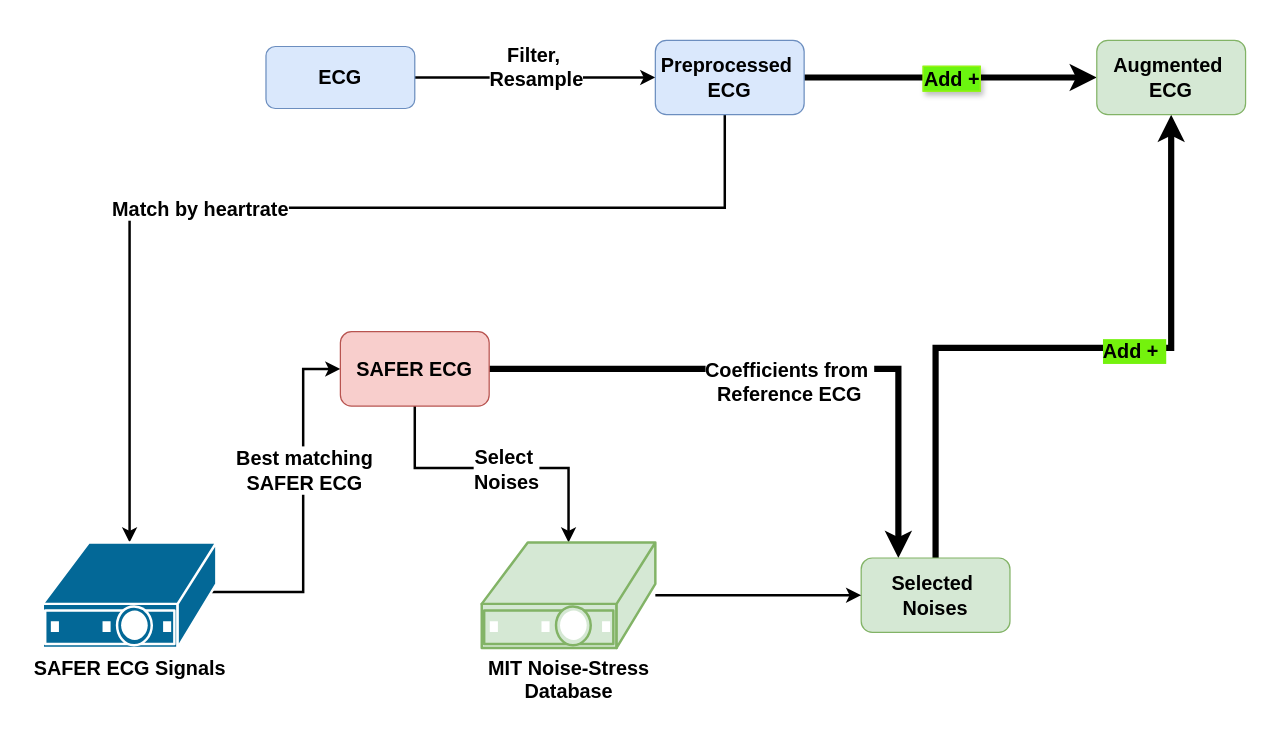
Earlier version of the draw.io diagram Untitled Diagram.drawio (kellydingzx/drawio). Source tidied: cells renumbered, new cells numbered last; positions are measured from the earlier drawing's top-left corner, leaving out a move shared by most shapes. Both pictures are drawn from the tidied source at 124%, with x=0, y=0 at pixel (42, 40).
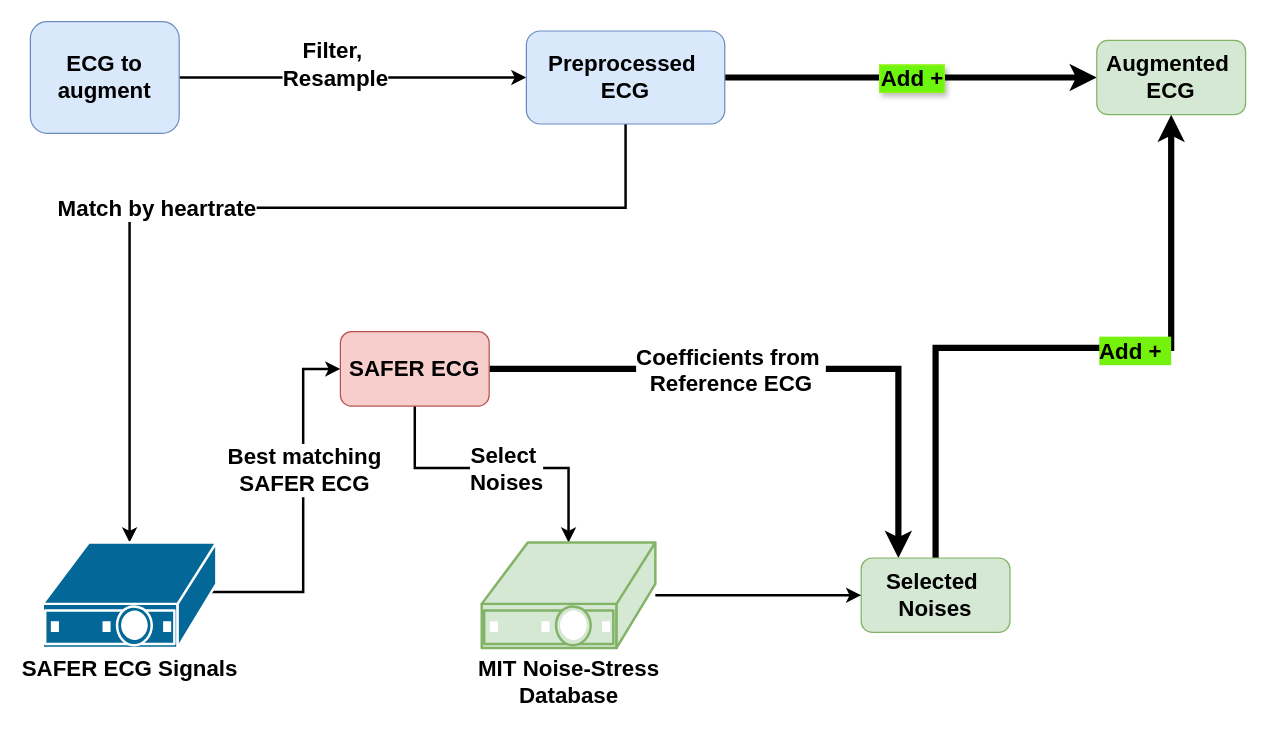
Above is the later version.

Diff of the diagram source:
```diff
@@
-    <mxCell id="2" style="edgeStyle=orthogonalEdgeStyle;rounded=0;jettySize=auto;html=1;fontSize=16;fontStyle=1;strokeWidth=2;" parent="1" edge="1" source="4" target="9">
+    <mxCell id="2" style="edgeStyle=orthogonalEdgeStyle;rounded=0;jettySize=auto;html=1;fontSize=18;fontStyle=1;strokeWidth=2;" parent="1" edge="1" source="4" target="9">
       <mxGeometry relative="1" as="geometry" />
     </mxCell>
-    <mxCell id="3" value="Filter,&amp;nbsp;&lt;div&gt;&lt;span style=&quot;background-color: light-dark(#ffffff, var(--ge-dark-color, #121212)); color: light-dark(rgb(0, 0, 0), rgb(255, 255, 255));&quot;&gt;Resample&lt;/span&gt;&lt;div&gt;&lt;div&gt;&lt;br&gt;&lt;/div&gt;&lt;/div&gt;&lt;/div&gt;" style="edgeLabel;html=1;align=center;verticalAlign=middle;fontSize=16;fontStyle=1;" parent="2" vertex="1">
+    <mxCell id="3" value="Filter,&amp;nbsp;&lt;div&gt;&lt;span style=&quot;background-color: light-dark(#ffffff, var(--ge-dark-color, #121212)); color: light-dark(rgb(0, 0, 0), rgb(255, 255, 255));&quot;&gt;Resample&lt;/span&gt;&lt;div&gt;&lt;div&gt;&lt;br&gt;&lt;/div&gt;&lt;/div&gt;&lt;/div&gt;" style="edgeLabel;html=1;align=center;verticalAlign=middle;fontSize=18;fontStyle=1;" parent="2" vertex="1">
       <mxGeometry x="-0.36" y="-2" relative="1" as="geometry">
         <mxPoint x="35" y="-2" as="offset" />
       </mxGeometry>
     </mxCell>
-    <mxCell id="4" value="ECG" style="rounded=1;whiteSpace=wrap;html=1;fontSize=16;fontStyle=1;fillColor=#dae8fc;strokeColor=#6c8ebf;" parent="1" vertex="1">
-      <mxGeometry x="180" y="5" width="120" height="50" as="geometry" />
+    <mxCell id="4" value="ECG to augment" style="rounded=1;whiteSpace=wrap;html=1;fontSize=18;fontStyle=1;fillColor=#dae8fc;strokeColor=#6c8ebf;" parent="1" vertex="1">
+      <mxGeometry x="-10" y="-15" width="120" height="90" as="geometry" />
     </mxCell>
-    <mxCell id="5" style="edgeStyle=orthogonalEdgeStyle;rounded=0;jettySize=auto;html=1;entryX=0.5;entryY=0;entryDx=0;entryDy=0;entryPerimeter=0;fontSize=16;fontStyle=1;strokeWidth=2;" parent="1" edge="1" source="9" target="12">
+    <mxCell id="5" style="edgeStyle=orthogonalEdgeStyle;rounded=0;jettySize=auto;html=1;entryX=0.5;entryY=0;entryDx=0;entryDy=0;entryPerimeter=0;fontSize=18;fontStyle=1;strokeWidth=2;exitX=0.5;exitY=1;exitDx=0;exitDy=0;" parent="1" edge="1" source="9" target="12">
       <mxGeometry relative="1" as="geometry">
         <Array as="points">
-          <mxPoint x="550" y="135" />
+          <mxPoint x="470" y="135" />
           <mxPoint x="70" y="135" />
         </Array>
       </mxGeometry>
     </mxCell>
-    <mxCell id="6" value="Match by heartrate" style="edgeLabel;html=1;align=center;verticalAlign=middle;fontSize=16;fontStyle=1;" parent="5" vertex="1">
+    <mxCell id="6" value="Match by heartrate" style="edgeLabel;html=1;align=center;verticalAlign=middle;fontSize=18;fontStyle=1;" parent="5" vertex="1">
       <mxGeometry x="0.21" relative="1" as="geometry" />
     </mxCell>
-    <mxCell id="7" style="edgeStyle=orthogonalEdgeStyle;rounded=0;jettySize=auto;html=1;entryX=0;entryY=0.5;entryDx=0;entryDy=0;fontSize=16;fontStyle=1;strokeWidth=5;" parent="1" edge="1" source="9" target="21">
-      <mxGeometry relative="1" as="geometry" />
+    <mxCell id="7" style="edgeStyle=orthogonalEdgeStyle;rounded=0;jettySize=auto;html=1;entryX=0;entryY=0.5;entryDx=0;entryDy=0;fontSize=18;fontStyle=1;strokeWidth=5;" parent="1" edge="1" source="9" target="21">
+      <mxGeometry relative="1" as="geometry">
+        <Array as="points">
+          <mxPoint x="620" y="30" />
+          <mxPoint x="620" y="30" />
+        </Array>
+      </mxGeometry>
     </mxCell>
-    <mxCell id="8" value="Add +" style="edgeLabel;align=center;verticalAlign=middle;fontSize=16;fontStyle=1;labelBorderColor=light-dark(#99f312, #ededed);textShadow=1;html=1;labelBackgroundColor=light-dark(#6bf50f, #ededed);" parent="7" vertex="1">
+    <mxCell id="8" value="Add +" style="edgeLabel;align=center;verticalAlign=middle;fontSize=18;fontStyle=1;labelBorderColor=light-dark(#99f312, #ededed);textShadow=1;html=1;labelBackgroundColor=light-dark(#6bf50f, #ededed);" parent="7" vertex="1">
       <mxGeometry relative="1" as="geometry" />
     </mxCell>
-    <mxCell id="9" value="Preprocessed&amp;nbsp;&lt;div&gt;ECG&lt;/div&gt;" style="whiteSpace=wrap;html=1;rounded=1;fontSize=16;fontStyle=1;fillColor=#dae8fc;strokeColor=#6c8ebf;" parent="1" vertex="1">
-      <mxGeometry x="494" width="120" height="60" as="geometry" />
+    <mxCell id="9" value="Preprocessed&amp;nbsp;&lt;div&gt;ECG&lt;/div&gt;" style="whiteSpace=wrap;html=1;rounded=1;fontSize=18;fontStyle=1;fillColor=#dae8fc;strokeColor=#6c8ebf;" parent="1" vertex="1">
+      <mxGeometry x="390" y="-7.5" width="160" height="75" as="geometry" />
     </mxCell>
-    <mxCell id="10" style="edgeStyle=orthogonalEdgeStyle;rounded=0;jettySize=auto;html=1;entryX=0;entryY=0.5;entryDx=0;entryDy=0;fontSize=16;fontStyle=1;exitX=0.96;exitY=0.5;exitDx=0;exitDy=0;exitPerimeter=0;strokeWidth=2;" parent="1" edge="1" source="12" target="17">
+    <mxCell id="10" style="edgeStyle=orthogonalEdgeStyle;rounded=0;jettySize=auto;html=1;entryX=0;entryY=0.5;entryDx=0;entryDy=0;fontSize=18;fontStyle=1;exitX=0.96;exitY=0.5;exitDx=0;exitDy=0;exitPerimeter=0;strokeWidth=2;" parent="1" edge="1" source="12" target="17">
       <mxGeometry relative="1" as="geometry">
         <Array as="points">
           <mxPoint x="134" y="445" />
           <mxPoint x="210" y="445" />
           <mxPoint x="210" y="265" />
         </Array>
       </mxGeometry>
     </mxCell>
-    <mxCell id="11" value="Best matching&lt;div&gt;SAFER ECG&lt;/div&gt;" style="edgeLabel;html=1;align=center;verticalAlign=middle;fontSize=16;fontStyle=1;" parent="10" vertex="1">
+    <mxCell id="11" value="Best matching&lt;div&gt;SAFER ECG&lt;/div&gt;" style="edgeLabel;html=1;align=center;verticalAlign=middle;fontSize=18;fontStyle=1;" parent="10" vertex="1">
       <mxGeometry x="-0.04" y="4" relative="1" as="geometry">
         <mxPoint x="4" y="-39" as="offset" />
       </mxGeometry>
     </mxCell>
-    <mxCell id="12" value="SAFER ECG Signals" style="sketch=0;html=1;dashed=0;fillColor=#036897;strokeColor=#ffffff;strokeWidth=2;verticalLabelPosition=bottom;verticalAlign=top;align=center;outlineConnect=0;shape=mxgraph.cisco.misc.set_top_box;fontSize=16;fontStyle=1;" parent="1" vertex="1">
+    <mxCell id="12" value="SAFER ECG Signals" style="sketch=0;html=1;dashed=0;fillColor=#036897;strokeColor=#ffffff;strokeWidth=2;verticalLabelPosition=bottom;verticalAlign=top;align=center;outlineConnect=0;shape=mxgraph.cisco.misc.set_top_box;fontSize=18;fontStyle=1;" parent="1" vertex="1">
       <mxGeometry y="405" width="140" height="85" as="geometry" />
     </mxCell>
-    <mxCell id="13" style="edgeStyle=orthogonalEdgeStyle;rounded=0;jettySize=auto;html=1;entryX=0.5;entryY=0;entryDx=0;entryDy=0;entryPerimeter=0;fontSize=16;fontStyle=1;strokeWidth=2;" parent="1" edge="1" source="17" target="23">
+    <mxCell id="13" style="edgeStyle=orthogonalEdgeStyle;rounded=0;jettySize=auto;html=1;entryX=0.5;entryY=0;entryDx=0;entryDy=0;entryPerimeter=0;fontSize=18;fontStyle=1;strokeWidth=2;" parent="1" edge="1" source="17" target="23">
       <mxGeometry relative="1" as="geometry">
         <Array as="points">
           <mxPoint x="300" y="345" />
           <mxPoint x="424" y="345" />
         </Array>
       </mxGeometry>
     </mxCell>
-    <mxCell id="14" value="Select&amp;nbsp;&lt;div&gt;Noises&lt;/div&gt;" style="edgeLabel;html=1;align=center;verticalAlign=middle;fontSize=16;fontStyle=1;" parent="13" vertex="1">
+    <mxCell id="14" value="Select&amp;nbsp;&lt;div&gt;Noises&lt;/div&gt;" style="edgeLabel;html=1;align=center;verticalAlign=middle;fontSize=18;fontStyle=1;" parent="13" vertex="1">
       <mxGeometry x="0.05" relative="1" as="geometry" />
     </mxCell>
-    <mxCell id="15" style="edgeStyle=orthogonalEdgeStyle;rounded=0;jettySize=auto;html=1;entryX=0.25;entryY=0;entryDx=0;entryDy=0;fontSize=16;fontStyle=1;strokeWidth=5;" parent="1" edge="1" source="17" target="20">
+    <mxCell id="15" style="edgeStyle=orthogonalEdgeStyle;rounded=0;jettySize=auto;html=1;entryX=0.25;entryY=0;entryDx=0;entryDy=0;fontSize=18;fontStyle=1;strokeWidth=5;" parent="1" edge="1" source="17" target="20">
       <mxGeometry relative="1" as="geometry" />
     </mxCell>
-    <mxCell id="16" value="&lt;div&gt;&lt;br&gt;&lt;/div&gt;Coefficients from&amp;nbsp;&lt;div&gt;Reference ECG&lt;/div&gt;" style="edgeLabel;html=1;align=center;verticalAlign=middle;fontSize=16;fontStyle=1;" parent="15" vertex="1">
-      <mxGeometry relative="1" as="geometry" />
+    <mxCell id="16" value="&lt;div&gt;&lt;br&gt;&lt;/div&gt;Coefficients from&amp;nbsp;&lt;div&gt;Reference ECG&lt;/div&gt;" style="edgeLabel;html=1;align=center;verticalAlign=middle;fontSize=18;fontStyle=1;" parent="15" vertex="1">
+      <mxGeometry relative="1" as="geometry">
+        <mxPoint x="-47" y="-10" as="offset" />
+      </mxGeometry>
     </mxCell>
-    <mxCell id="17" value="SAFER ECG" style="rounded=1;whiteSpace=wrap;html=1;fontSize=16;fontStyle=1;fillColor=#f8cecc;strokeColor=#b85450;" parent="1" vertex="1">
+    <mxCell id="17" value="SAFER ECG" style="rounded=1;whiteSpace=wrap;html=1;fontSize=18;fontStyle=1;fillColor=#f8cecc;strokeColor=#b85450;" parent="1" vertex="1">
       <mxGeometry x="240" y="235" width="120" height="60" as="geometry" />
     </mxCell>
-    <mxCell id="18" style="edgeStyle=orthogonalEdgeStyle;rounded=0;jettySize=auto;html=1;fontSize=16;fontStyle=1;strokeWidth=5;" parent="1" edge="1" source="20" target="21">
+    <mxCell id="18" style="edgeStyle=orthogonalEdgeStyle;rounded=0;jettySize=auto;html=1;fontSize=18;fontStyle=1;strokeWidth=5;" parent="1" edge="1" source="20" target="21">
       <mxGeometry relative="1" as="geometry">
         <Array as="points">
           <mxPoint x="910" y="248" />
         </Array>
       </mxGeometry>
     </mxCell>
-    <mxCell id="19" value="Add + " style="edgeLabel;align=center;verticalAlign=middle;fontSize=16;fontStyle=1;labelBackgroundColor=light-dark(#74f20d, #ededed);" parent="18" vertex="1">
+    <mxCell id="19" value="Add + " style="edgeLabel;align=center;verticalAlign=middle;fontSize=18;fontStyle=1;labelBackgroundColor=light-dark(#74f20d, #ededed);" parent="18" vertex="1">
       <mxGeometry x="0.2" y="-1" relative="1" as="geometry" />
     </mxCell>
-    <mxCell id="20" value="Selected&amp;nbsp;&lt;div&gt;Noises&lt;/div&gt;" style="whiteSpace=wrap;html=1;rounded=1;fontSize=16;fontStyle=1;fillColor=#d5e8d4;strokeColor=#82b366;" parent="1" vertex="1">
+    <mxCell id="20" value="Selected&amp;nbsp;&lt;div&gt;Noises&lt;/div&gt;" style="whiteSpace=wrap;html=1;rounded=1;fontSize=18;fontStyle=1;fillColor=#d5e8d4;strokeColor=#82b366;" parent="1" vertex="1">
       <mxGeometry x="660" y="417.5" width="120" height="60" as="geometry" />
     </mxCell>
-    <mxCell id="21" value="Augmented&amp;nbsp;&lt;div&gt;ECG&lt;/div&gt;" style="whiteSpace=wrap;html=1;rounded=1;fontSize=16;fontStyle=1;fillColor=#d5e8d4;strokeColor=#82b366;" parent="1" vertex="1">
+    <mxCell id="21" value="Augmented&amp;nbsp;&lt;div&gt;ECG&lt;/div&gt;" style="whiteSpace=wrap;html=1;rounded=1;fontSize=18;fontStyle=1;fillColor=#d5e8d4;strokeColor=#82b366;" parent="1" vertex="1">
       <mxGeometry x="850" width="120" height="60" as="geometry" />
     </mxCell>
-    <mxCell id="22" style="edgeStyle=orthogonalEdgeStyle;rounded=0;jettySize=auto;html=1;entryX=0;entryY=0.5;entryDx=0;entryDy=0;fontSize=16;fontStyle=1;strokeWidth=2;" parent="1" edge="1" source="23" target="20">
+    <mxCell id="22" style="edgeStyle=orthogonalEdgeStyle;rounded=0;jettySize=auto;html=1;entryX=0;entryY=0.5;entryDx=0;entryDy=0;fontSize=18;fontStyle=1;strokeWidth=2;" parent="1" edge="1" source="23" target="20">
       <mxGeometry relative="1" as="geometry" />
     </mxCell>
-    <mxCell id="23" value="MIT Noise-Stress&lt;div&gt;Database&lt;/div&gt;" style="sketch=0;html=1;dashed=0;fillColor=#d5e8d4;strokeColor=#82b366;strokeWidth=2;verticalLabelPosition=bottom;verticalAlign=top;align=center;outlineConnect=0;shape=mxgraph.cisco.misc.set_top_box;fontSize=16;fontStyle=1;" parent="1" vertex="1">
+    <mxCell id="23" value="MIT Noise-Stress&lt;div&gt;Database&lt;/div&gt;" style="sketch=0;html=1;dashed=0;fillColor=#d5e8d4;strokeColor=#82b366;strokeWidth=2;verticalLabelPosition=bottom;verticalAlign=top;align=center;outlineConnect=0;shape=mxgraph.cisco.misc.set_top_box;fontSize=18;fontStyle=1;" parent="1" vertex="1">
       <mxGeometry x="354" y="405" width="140" height="85" as="geometry" />
     </mxCell>
```
